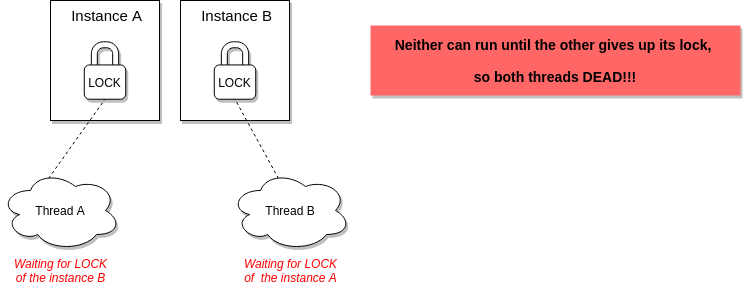
Above: threads/readme_resources/deadlock.png in giuseppeiacono/OCP-Java-SE-8 (draw.io), before the change. Source tidied: cells renumbered, new cells last; positions are measured from the earlier drawing's top-left corner, leaving out a move shared by most shapes.
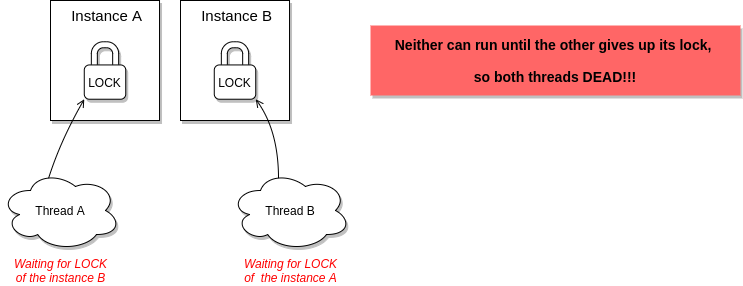
The same diagram one commit later.

Diff of the diagram source:
```diff
@@ -32,11 +32,19 @@
     <mxCell id="11" value="LOCK" style="rounded=1;whiteSpace=wrap;html=1;shadow=1;" parent="9" vertex="1">
       <mxGeometry y="23.2" width="41.5" height="34.3" as="geometry" />
     </mxCell>
-    <mxCell id="12" style="endArrow=none;dashed=1;html=1;exitX=0.4;exitY=0.1;exitDx=0;exitDy=0;exitPerimeter=0;entryX=0.5;entryY=1;entryDx=0;entryDy=0;" parent="1" edge="1" source="17" target="6">
-      <mxGeometry relative="1" as="geometry" />
+    <mxCell id="12" style="endArrow=open;html=1;exitX=0.4;exitY=0.1;exitDx=0;exitDy=0;exitPerimeter=0;endFill=0;entryX=1;entryY=1;entryDx=0;entryDy=0;curved=1;" parent="1" edge="1" source="17" target="6">
+      <mxGeometry relative="1" as="geometry">
+        <Array as="points">
+          <mxPoint x="278" y="130" />
+        </Array>
+      </mxGeometry>
     </mxCell>
-    <mxCell id="13" style="endArrow=none;dashed=1;html=1;exitX=0.4;exitY=0.1;exitDx=0;exitDy=0;exitPerimeter=0;entryX=0.5;entryY=1;entryDx=0;entryDy=0;" parent="1" edge="1" source="15" target="11">
-      <mxGeometry relative="1" as="geometry" />
+    <mxCell id="13" style="endArrow=open;html=1;exitX=0.4;exitY=0.1;exitDx=0;exitDy=0;exitPerimeter=0;entryX=0;entryY=1;entryDx=0;entryDy=0;endFill=0;curved=1;" parent="1" edge="1" source="15" target="11">
+      <mxGeometry relative="1" as="geometry">
+        <Array as="points">
+          <mxPoint x="60" y="140" />
+        </Array>
+      </mxGeometry>
     </mxCell>
     <mxCell id="14" value="&lt;font style=&quot;font-size: 14px&quot;&gt;Neither can run until the other gives up its lock, &lt;br&gt;&lt;br&gt;so both threads&amp;nbsp;DEAD!!!&lt;/font&gt;" style="rounded=0;whiteSpace=wrap;html=1;shadow=1;strokeColor=none;fillColor=#FF6666;fontColor=#000000;fontStyle=1;" parent="1" vertex="1">
       <mxGeometry x="370" y="25" width="370" height="70" as="geometry" />
```
